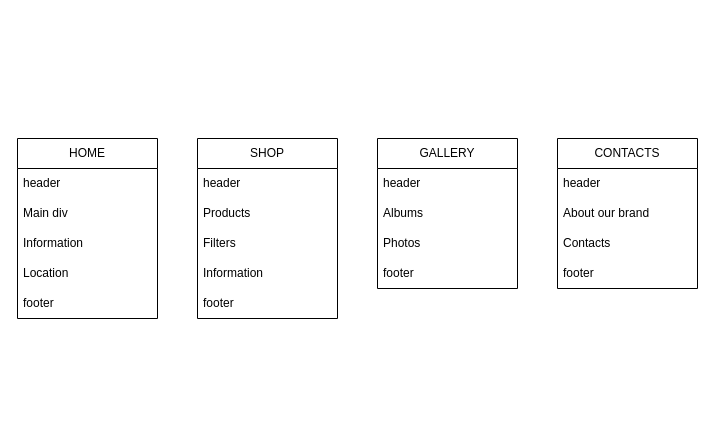
The draw.io diagram web/xml/Діаграма без назви.drawio in n59k/brand, before the edit. Source tidied: cells renumbered, new cells numbered last; positions are measured from the earlier drawing's top-left corner, leaving out a move shared by most shapes. Both pictures are drawn from the tidied source at 100%, with x=0, y=0 at pixel (17, 138).
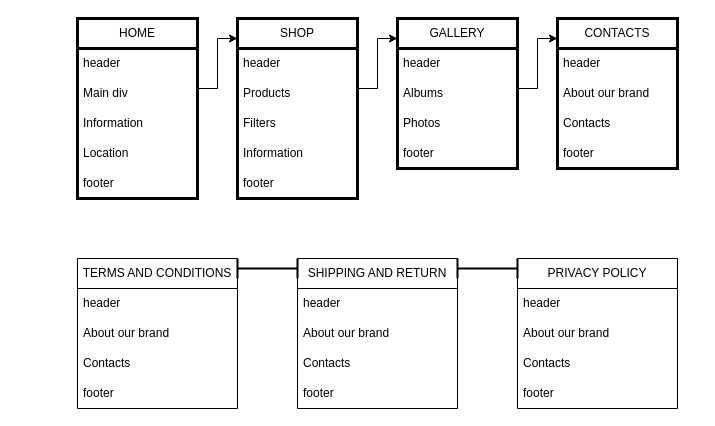
After the change.

Change to the diagram source:
```diff
@@
-    <mxCell id="2" value="HOME" style="swimlane;fontStyle=0;horizontal=1;startSize=30;whiteSpace=wrap;html=1;" parent="1" vertex="1">
-      <mxGeometry width="140" height="180" as="geometry" />
+    <mxCell id="2" value="HOME" style="swimlane;fontStyle=0;horizontal=1;startSize=30;whiteSpace=wrap;html=1;strokeWidth=3;perimeterSpacing=1;swimlaneFillColor=default;" parent="1" vertex="1">
+      <mxGeometry x="60" y="-120" width="120" height="180" as="geometry" />
     </mxCell>
-    <mxCell id="3" value="header" style="text;strokeColor=none;fillColor=none;align=left;verticalAlign=middle;spacingLeft=4;spacingRight=4;overflow=hidden;whiteSpace=wrap;html=1;" parent="2" vertex="1">
-      <mxGeometry y="30" width="140" height="30" as="geometry" />
+    <mxCell id="3" value="header" style="text;strokeColor=none;fillColor=none;align=left;verticalAlign=middle;spacingLeft=4;spacingRight=4;overflow=hidden;whiteSpace=wrap;html=1;strokeWidth=3;perimeterSpacing=1;swimlaneFillColor=default;" parent="2" vertex="1">
+      <mxGeometry y="30" width="120" height="30" as="geometry" />
     </mxCell>
-    <mxCell id="4" value="Main div" style="text;strokeColor=none;fillColor=none;align=left;verticalAlign=middle;spacingLeft=4;spacingRight=4;overflow=hidden;whiteSpace=wrap;html=1;" parent="2" vertex="1">
-      <mxGeometry y="60" width="140" height="30" as="geometry" />
+    <mxCell id="4" value="Main div" style="text;strokeColor=none;fillColor=none;align=left;verticalAlign=middle;spacingLeft=4;spacingRight=4;overflow=hidden;whiteSpace=wrap;html=1;strokeWidth=3;perimeterSpacing=1;swimlaneFillColor=default;" parent="2" vertex="1">
+      <mxGeometry y="60" width="120" height="30" as="geometry" />
     </mxCell>
-    <mxCell id="5" value="Information" style="text;strokeColor=none;fillColor=none;align=left;verticalAlign=middle;spacingLeft=4;spacingRight=4;overflow=hidden;whiteSpace=wrap;html=1;" parent="2" vertex="1">
-      <mxGeometry y="90" width="140" height="30" as="geometry" />
+    <mxCell id="5" value="Information" style="text;strokeColor=none;fillColor=none;align=left;verticalAlign=middle;spacingLeft=4;spacingRight=4;overflow=hidden;whiteSpace=wrap;html=1;strokeWidth=3;perimeterSpacing=1;swimlaneFillColor=default;" parent="2" vertex="1">
+      <mxGeometry y="90" width="120" height="30" as="geometry" />
     </mxCell>
-    <mxCell id="6" value="Location" style="text;strokeColor=none;fillColor=none;align=left;verticalAlign=middle;spacingLeft=4;spacingRight=4;overflow=hidden;whiteSpace=wrap;html=1;" parent="2" vertex="1">
-      <mxGeometry y="120" width="140" height="30" as="geometry" />
+    <mxCell id="6" value="Location" style="text;strokeColor=none;fillColor=none;align=left;verticalAlign=middle;spacingLeft=4;spacingRight=4;overflow=hidden;whiteSpace=wrap;html=1;strokeWidth=3;perimeterSpacing=1;swimlaneFillColor=default;" parent="2" vertex="1">
+      <mxGeometry y="120" width="120" height="30" as="geometry" />
     </mxCell>
-    <mxCell id="7" value="footer" style="text;strokeColor=none;fillColor=none;align=left;verticalAlign=middle;spacingLeft=4;spacingRight=4;overflow=hidden;whiteSpace=wrap;html=1;" parent="2" vertex="1">
-      <mxGeometry y="150" width="140" height="30" as="geometry" />
+    <mxCell id="7" value="footer" style="text;strokeColor=none;fillColor=none;align=left;verticalAlign=middle;spacingLeft=4;spacingRight=4;overflow=hidden;whiteSpace=wrap;html=1;strokeWidth=3;perimeterSpacing=1;swimlaneFillColor=default;" parent="2" vertex="1">
+      <mxGeometry y="150" width="120" height="30" as="geometry" />
     </mxCell>
-    <mxCell id="8" value="SHOP" style="swimlane;fontStyle=0;horizontal=1;startSize=30;whiteSpace=wrap;html=1;" parent="1" vertex="1">
-      <mxGeometry x="180" width="140" height="180" as="geometry" />
+    <mxCell id="8" value="SHOP" style="swimlane;fontStyle=0;horizontal=1;startSize=30;whiteSpace=wrap;html=1;strokeWidth=3;perimeterSpacing=1;swimlaneFillColor=default;" parent="1" vertex="1">
+      <mxGeometry x="220" y="-120" width="120" height="180" as="geometry" />
     </mxCell>
-    <mxCell id="9" value="header" style="text;strokeColor=none;fillColor=none;align=left;verticalAlign=middle;spacingLeft=4;spacingRight=4;overflow=hidden;whiteSpace=wrap;html=1;" parent="8" vertex="1">
-      <mxGeometry y="30" width="140" height="30" as="geometry" />
+    <mxCell id="9" value="header" style="text;strokeColor=none;fillColor=none;align=left;verticalAlign=middle;spacingLeft=4;spacingRight=4;overflow=hidden;whiteSpace=wrap;html=1;strokeWidth=3;perimeterSpacing=1;swimlaneFillColor=default;" parent="8" vertex="1">
+      <mxGeometry y="30" width="120" height="30" as="geometry" />
     </mxCell>
-    <mxCell id="10" value="Products" style="text;strokeColor=none;fillColor=none;align=left;verticalAlign=middle;spacingLeft=4;spacingRight=4;overflow=hidden;whiteSpace=wrap;html=1;" parent="8" vertex="1">
-      <mxGeometry y="60" width="140" height="30" as="geometry" />
+    <mxCell id="10" value="Products" style="text;strokeColor=none;fillColor=none;align=left;verticalAlign=middle;spacingLeft=4;spacingRight=4;overflow=hidden;whiteSpace=wrap;html=1;strokeWidth=3;perimeterSpacing=1;swimlaneFillColor=default;" parent="8" vertex="1">
+      <mxGeometry y="60" width="120" height="30" as="geometry" />
     </mxCell>
-    <mxCell id="11" value="Filters" style="text;strokeColor=none;fillColor=none;align=left;verticalAlign=middle;spacingLeft=4;spacingRight=4;overflow=hidden;whiteSpace=wrap;html=1;" parent="8" vertex="1">
-      <mxGeometry y="90" width="140" height="30" as="geometry" />
+    <mxCell id="11" value="Filters" style="text;strokeColor=none;fillColor=none;align=left;verticalAlign=middle;spacingLeft=4;spacingRight=4;overflow=hidden;whiteSpace=wrap;html=1;strokeWidth=3;perimeterSpacing=1;swimlaneFillColor=default;" parent="8" vertex="1">
+      <mxGeometry y="90" width="120" height="30" as="geometry" />
     </mxCell>
-    <mxCell id="12" value="Information" style="text;strokeColor=none;fillColor=none;align=left;verticalAlign=middle;spacingLeft=4;spacingRight=4;overflow=hidden;whiteSpace=wrap;html=1;" parent="8" vertex="1">
-      <mxGeometry y="120" width="140" height="30" as="geometry" />
+    <mxCell id="12" value="Information" style="text;strokeColor=none;fillColor=none;align=left;verticalAlign=middle;spacingLeft=4;spacingRight=4;overflow=hidden;whiteSpace=wrap;html=1;strokeWidth=3;perimeterSpacing=1;swimlaneFillColor=default;" parent="8" vertex="1">
+      <mxGeometry y="120" width="120" height="30" as="geometry" />
     </mxCell>
-    <mxCell id="13" value="footer" style="text;strokeColor=none;fillColor=none;align=left;verticalAlign=middle;spacingLeft=4;spacingRight=4;overflow=hidden;whiteSpace=wrap;html=1;" parent="8" vertex="1">
-      <mxGeometry y="150" width="140" height="30" as="geometry" />
+    <mxCell id="13" value="footer" style="text;strokeColor=none;fillColor=none;align=left;verticalAlign=middle;spacingLeft=4;spacingRight=4;overflow=hidden;whiteSpace=wrap;html=1;strokeWidth=3;perimeterSpacing=1;swimlaneFillColor=default;" parent="8" vertex="1">
+      <mxGeometry y="150" width="120" height="30" as="geometry" />
     </mxCell>
-    <mxCell id="14" value="GALLERY" style="swimlane;fontStyle=0;horizontal=1;startSize=30;whiteSpace=wrap;html=1;" parent="1" vertex="1">
-      <mxGeometry x="360" width="140" height="150" as="geometry" />
+    <mxCell id="14" value="GALLERY" style="swimlane;fontStyle=0;horizontal=1;startSize=30;whiteSpace=wrap;html=1;strokeWidth=3;perimeterSpacing=1;swimlaneFillColor=default;" parent="1" vertex="1">
+      <mxGeometry x="380" y="-120" width="120" height="150" as="geometry" />
     </mxCell>
-    <mxCell id="15" value="header" style="text;strokeColor=none;fillColor=none;align=left;verticalAlign=middle;spacingLeft=4;spacingRight=4;overflow=hidden;whiteSpace=wrap;html=1;" parent="14" vertex="1">
-      <mxGeometry y="30" width="140" height="30" as="geometry" />
+    <mxCell id="15" value="header" style="text;strokeColor=none;fillColor=none;align=left;verticalAlign=middle;spacingLeft=4;spacingRight=4;overflow=hidden;whiteSpace=wrap;html=1;strokeWidth=3;perimeterSpacing=1;swimlaneFillColor=default;" parent="14" vertex="1">
+      <mxGeometry y="30" width="120" height="30" as="geometry" />
     </mxCell>
-    <mxCell id="16" value="Albums" style="text;strokeColor=none;fillColor=none;align=left;verticalAlign=middle;spacingLeft=4;spacingRight=4;overflow=hidden;whiteSpace=wrap;html=1;" parent="14" vertex="1">
-      <mxGeometry y="60" width="140" height="30" as="geometry" />
+    <mxCell id="16" value="Albums" style="text;strokeColor=none;fillColor=none;align=left;verticalAlign=middle;spacingLeft=4;spacingRight=4;overflow=hidden;whiteSpace=wrap;html=1;strokeWidth=3;perimeterSpacing=1;swimlaneFillColor=default;" parent="14" vertex="1">
+      <mxGeometry y="60" width="120" height="30" as="geometry" />
     </mxCell>
-    <mxCell id="17" value="Photos" style="text;strokeColor=none;fillColor=none;align=left;verticalAlign=middle;spacingLeft=4;spacingRight=4;overflow=hidden;whiteSpace=wrap;html=1;" parent="14" vertex="1">
-      <mxGeometry y="90" width="140" height="30" as="geometry" />
+    <mxCell id="17" value="Photos" style="text;strokeColor=none;fillColor=none;align=left;verticalAlign=middle;spacingLeft=4;spacingRight=4;overflow=hidden;whiteSpace=wrap;html=1;strokeWidth=3;perimeterSpacing=1;swimlaneFillColor=default;" parent="14" vertex="1">
+      <mxGeometry y="90" width="120" height="30" as="geometry" />
     </mxCell>
-    <mxCell id="18" value="footer" style="text;strokeColor=none;fillColor=none;align=left;verticalAlign=middle;spacingLeft=4;spacingRight=4;overflow=hidden;whiteSpace=wrap;html=1;" parent="14" vertex="1">
-      <mxGeometry y="120" width="140" height="30" as="geometry" />
+    <mxCell id="18" value="footer" style="text;strokeColor=none;fillColor=none;align=left;verticalAlign=middle;spacingLeft=4;spacingRight=4;overflow=hidden;whiteSpace=wrap;html=1;strokeWidth=3;perimeterSpacing=1;swimlaneFillColor=default;" parent="14" vertex="1">
+      <mxGeometry y="120" width="120" height="30" as="geometry" />
     </mxCell>
-    <mxCell id="19" value="CONTACTS" style="swimlane;fontStyle=0;horizontal=1;startSize=30;whiteSpace=wrap;html=1;" parent="1" vertex="1">
-      <mxGeometry x="540" width="140" height="150" as="geometry" />
+    <mxCell id="19" value="CONTACTS" style="swimlane;fontStyle=0;horizontal=1;startSize=30;whiteSpace=wrap;html=1;strokeWidth=3;perimeterSpacing=1;swimlaneFillColor=default;" parent="1" vertex="1">
+      <mxGeometry x="540" y="-120" width="120" height="150" as="geometry" />
     </mxCell>
-    <mxCell id="20" value="header" style="text;strokeColor=none;fillColor=none;align=left;verticalAlign=middle;spacingLeft=4;spacingRight=4;overflow=hidden;whiteSpace=wrap;html=1;" parent="19" vertex="1">
-      <mxGeometry y="30" width="140" height="30" as="geometry" />
+    <mxCell id="20" value="header" style="text;strokeColor=none;fillColor=none;align=left;verticalAlign=middle;spacingLeft=4;spacingRight=4;overflow=hidden;whiteSpace=wrap;html=1;strokeWidth=3;perimeterSpacing=1;swimlaneFillColor=default;" parent="19" vertex="1">
+      <mxGeometry y="30" width="120" height="30" as="geometry" />
     </mxCell>
-    <mxCell id="21" value="About our brand" style="text;strokeColor=none;fillColor=none;align=left;verticalAlign=middle;spacingLeft=4;spacingRight=4;overflow=hidden;whiteSpace=wrap;html=1;" parent="19" vertex="1">
-      <mxGeometry y="60" width="140" height="30" as="geometry" />
+    <mxCell id="21" value="About our brand" style="text;strokeColor=none;fillColor=none;align=left;verticalAlign=middle;spacingLeft=4;spacingRight=4;overflow=hidden;whiteSpace=wrap;html=1;strokeWidth=3;perimeterSpacing=1;swimlaneFillColor=default;" parent="19" vertex="1">
+      <mxGeometry y="60" width="120" height="30" as="geometry" />
     </mxCell>
-    <mxCell id="22" value="Contacts" style="text;strokeColor=none;fillColor=none;align=left;verticalAlign=middle;spacingLeft=4;spacingRight=4;overflow=hidden;whiteSpace=wrap;html=1;" parent="19" vertex="1">
-      <mxGeometry y="90" width="140" height="30" as="geometry" />
+    <mxCell id="22" value="Contacts" style="text;strokeColor=none;fillColor=none;align=left;verticalAlign=middle;spacingLeft=4;spacingRight=4;overflow=hidden;whiteSpace=wrap;html=1;strokeWidth=3;perimeterSpacing=1;swimlaneFillColor=default;" parent="19" vertex="1">
+      <mxGeometry y="90" width="120" height="30" as="geometry" />
     </mxCell>
-    <mxCell id="23" value="footer" style="text;strokeColor=none;fillColor=none;align=left;verticalAlign=middle;spacingLeft=4;spacingRight=4;overflow=hidden;whiteSpace=wrap;html=1;" parent="19" vertex="1">
-      <mxGeometry y="120" width="140" height="30" as="geometry" />
+    <mxCell id="23" value="footer" style="text;strokeColor=none;fillColor=none;align=left;verticalAlign=middle;spacingLeft=4;spacingRight=4;overflow=hidden;whiteSpace=wrap;html=1;strokeWidth=3;perimeterSpacing=1;swimlaneFillColor=default;" parent="19" vertex="1">
+      <mxGeometry y="120" width="120" height="30" as="geometry" />
     </mxCell>
+    <mxCell id="24" value="TERMS AND CONDITIONS" style="swimlane;fontStyle=0;horizontal=1;startSize=30;whiteSpace=wrap;html=1;" parent="1" vertex="1">
+      <mxGeometry x="60" y="120" width="160" height="150" as="geometry" />
+    </mxCell>
+    <mxCell id="25" value="header" style="text;strokeColor=none;fillColor=none;align=left;verticalAlign=middle;spacingLeft=4;spacingRight=4;overflow=hidden;whiteSpace=wrap;html=1;" parent="24" vertex="1">
+      <mxGeometry y="30" width="160" height="30" as="geometry" />
+    </mxCell>
+    <mxCell id="26" value="About our brand" style="text;strokeColor=none;fillColor=none;align=left;verticalAlign=middle;spacingLeft=4;spacingRight=4;overflow=hidden;whiteSpace=wrap;html=1;" parent="24" vertex="1">
+      <mxGeometry y="60" width="160" height="30" as="geometry" />
+    </mxCell>
+    <mxCell id="27" value="Contacts" style="text;strokeColor=none;fillColor=none;align=left;verticalAlign=middle;spacingLeft=4;spacingRight=4;overflow=hidden;whiteSpace=wrap;html=1;" parent="24" vertex="1">
+      <mxGeometry y="90" width="160" height="30" as="geometry" />
+    </mxCell>
+    <mxCell id="28" value="footer" style="text;strokeColor=none;fillColor=none;align=left;verticalAlign=middle;spacingLeft=4;spacingRight=4;overflow=hidden;whiteSpace=wrap;html=1;" parent="24" vertex="1">
+      <mxGeometry y="120" width="160" height="30" as="geometry" />
+    </mxCell>
+    <mxCell id="29" value="SHIPPING AND RETURN" style="swimlane;fontStyle=0;horizontal=1;startSize=30;whiteSpace=wrap;html=1;" parent="1" vertex="1">
+      <mxGeometry x="280" y="120" width="160" height="150" as="geometry" />
+    </mxCell>
+    <mxCell id="30" value="header" style="text;strokeColor=none;fillColor=none;align=left;verticalAlign=middle;spacingLeft=4;spacingRight=4;overflow=hidden;whiteSpace=wrap;html=1;" parent="29" vertex="1">
+      <mxGeometry y="30" width="160" height="30" as="geometry" />
+    </mxCell>
+    <mxCell id="31" value="About our brand" style="text;strokeColor=none;fillColor=none;align=left;verticalAlign=middle;spacingLeft=4;spacingRight=4;overflow=hidden;whiteSpace=wrap;html=1;" parent="29" vertex="1">
+      <mxGeometry y="60" width="160" height="30" as="geometry" />
+    </mxCell>
+    <mxCell id="32" value="Contacts" style="text;strokeColor=none;fillColor=none;align=left;verticalAlign=middle;spacingLeft=4;spacingRight=4;overflow=hidden;whiteSpace=wrap;html=1;" parent="29" vertex="1">
+      <mxGeometry y="90" width="160" height="30" as="geometry" />
+    </mxCell>
+    <mxCell id="33" value="footer" style="text;strokeColor=none;fillColor=none;align=left;verticalAlign=middle;spacingLeft=4;spacingRight=4;overflow=hidden;whiteSpace=wrap;html=1;" parent="29" vertex="1">
+      <mxGeometry y="120" width="160" height="30" as="geometry" />
+    </mxCell>
+    <mxCell id="34" value="PRIVACY POLICY" style="swimlane;fontStyle=0;horizontal=1;startSize=30;whiteSpace=wrap;html=1;" parent="1" vertex="1">
+      <mxGeometry x="500" y="120" width="160" height="150" as="geometry" />
+    </mxCell>
+    <mxCell id="35" value="header" style="text;strokeColor=none;fillColor=none;align=left;verticalAlign=middle;spacingLeft=4;spacingRight=4;overflow=hidden;whiteSpace=wrap;html=1;" parent="34" vertex="1">
+      <mxGeometry y="30" width="160" height="30" as="geometry" />
+    </mxCell>
+    <mxCell id="36" value="About our brand" style="text;strokeColor=none;fillColor=none;align=left;verticalAlign=middle;spacingLeft=4;spacingRight=4;overflow=hidden;whiteSpace=wrap;html=1;" parent="34" vertex="1">
+      <mxGeometry y="60" width="160" height="30" as="geometry" />
+    </mxCell>
+    <mxCell id="37" value="Contacts" style="text;strokeColor=none;fillColor=none;align=left;verticalAlign=middle;spacingLeft=4;spacingRight=4;overflow=hidden;whiteSpace=wrap;html=1;" parent="34" vertex="1">
+      <mxGeometry y="90" width="160" height="30" as="geometry" />
+    </mxCell>
+    <mxCell id="38" value="footer" style="text;strokeColor=none;fillColor=none;align=left;verticalAlign=middle;spacingLeft=4;spacingRight=4;overflow=hidden;whiteSpace=wrap;html=1;" parent="34" vertex="1">
+      <mxGeometry y="120" width="160" height="30" as="geometry" />
+    </mxCell>
+    <mxCell id="39" style="edgeStyle=elbowEdgeStyle;elbow=horizontal;endArrow=classic;html=1;rounded=0;" parent="1" edge="1">
+      <mxGeometry relative="1" as="geometry">
+        <mxPoint x="180" y="-50" as="sourcePoint" />
+        <mxPoint x="220" y="-100" as="targetPoint" />
+      </mxGeometry>
+    </mxCell>
+    <mxCell id="40" style="edgeStyle=elbowEdgeStyle;elbow=horizontal;endArrow=classic;html=1;rounded=0;" parent="1" edge="1">
+      <mxGeometry relative="1" as="geometry">
+        <mxPoint x="340" y="-50" as="sourcePoint" />
+        <mxPoint x="380" y="-100" as="targetPoint" />
+      </mxGeometry>
+    </mxCell>
+    <mxCell id="41" style="edgeStyle=elbowEdgeStyle;elbow=horizontal;endArrow=classic;html=1;rounded=0;" parent="1" edge="1">
+      <mxGeometry relative="1" as="geometry">
+        <mxPoint x="500" y="-50" as="sourcePoint" />
+        <mxPoint x="540" y="-100" as="targetPoint" />
+      </mxGeometry>
+    </mxCell>
+    <mxCell id="42" style="shape=crossbar;whiteSpace=wrap;html=1;rounded=1;strokeWidth=2;" parent="1" vertex="1">
+      <mxGeometry x="220" y="120" width="60" height="20" as="geometry" />
+    </mxCell>
+    <mxCell id="43" style="shape=crossbar;whiteSpace=wrap;html=1;rounded=1;strokeWidth=2;" parent="1" vertex="1">
+      <mxGeometry x="440" y="120" width="60" height="20" as="geometry" />
+    </mxCell>
```
